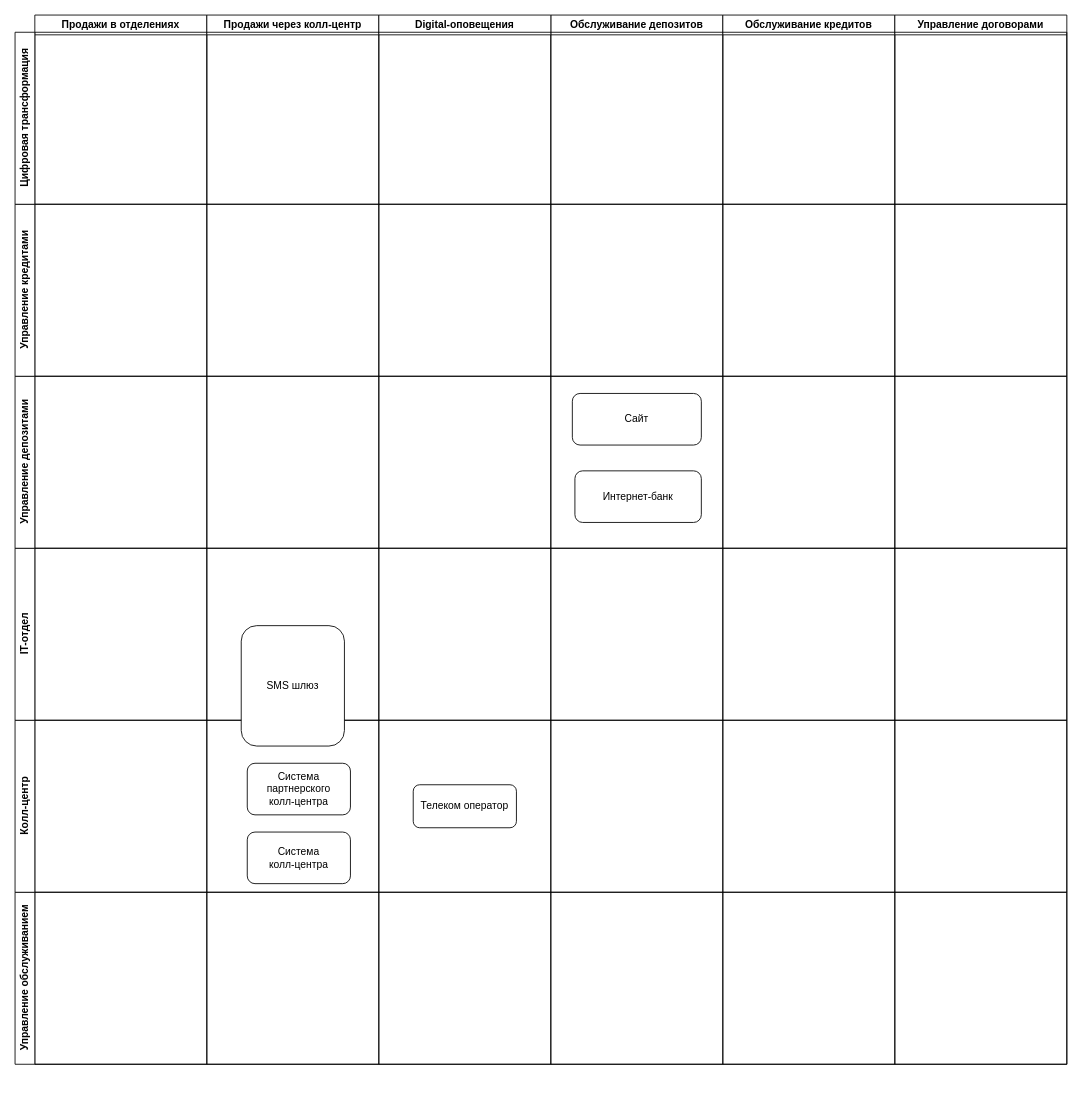
Above: Exc1/it-landscape-map.drawio in ykmn0/architecture-sprint-9 (draw.io), before the change. Source tidied: cells renumbered, new cells numbered last; positions are measured from the earlier drawing's top-left corner, leaving out a move shared by most shapes. Both pictures are drawn from the tidied source at 86%, with x=0, y=0 at pixel (15, 15).
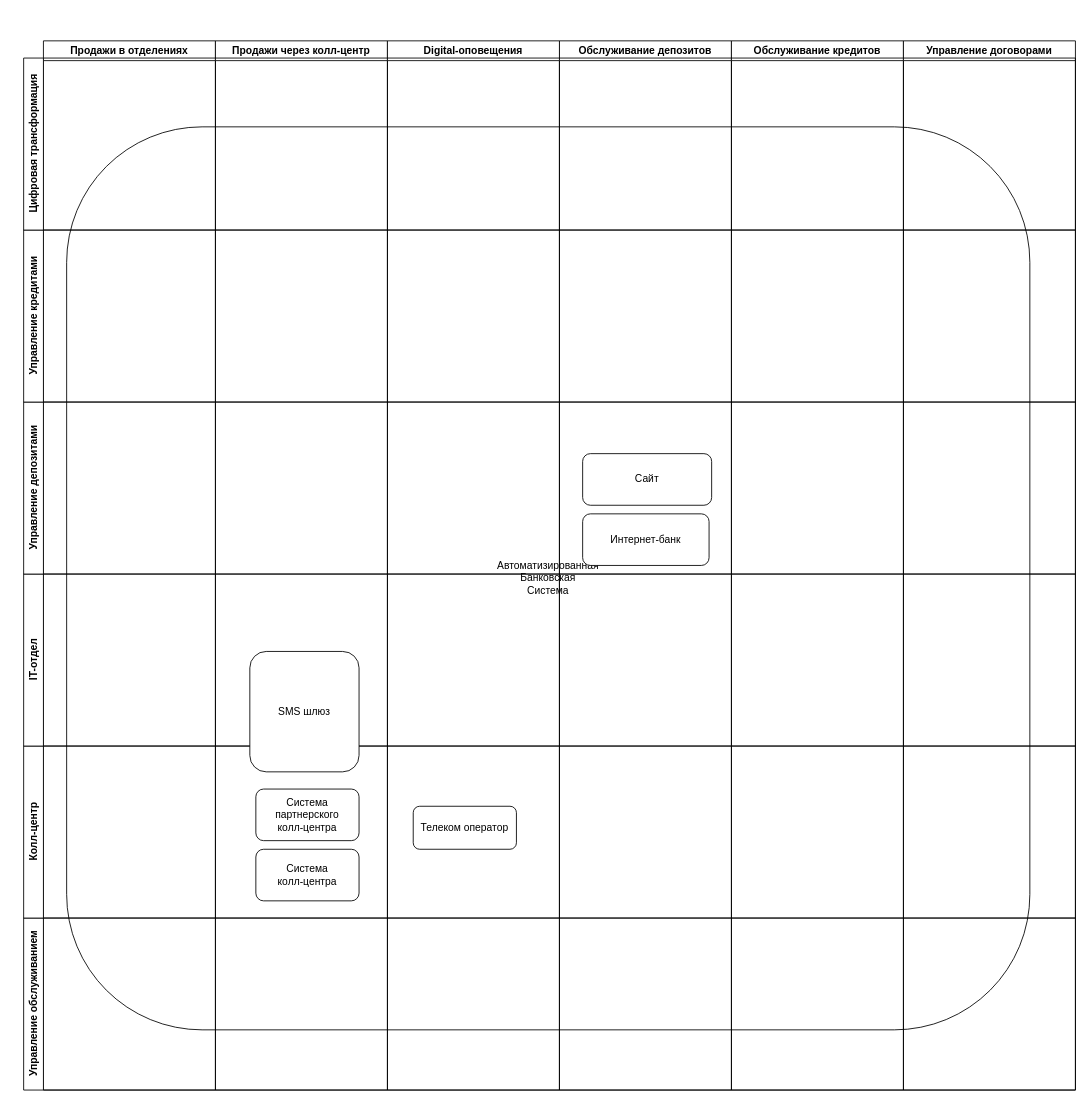
The same page after the edit.

Change to the diagram source:
```diff
@@
+    <mxCell id="20" value="Автоматизированная&lt;div&gt;Банковская&lt;/div&gt;&lt;div&gt;Система&lt;/div&gt;" style="rounded=1;whiteSpace=wrap;html=1;" parent="1" vertex="1">
+      <mxGeometry x="60" y="130" width="1120" height="1050" as="geometry" />
+    </mxCell>
+    <mxCell id="21" style="group;" parent="1" vertex="1">
+      <mxGeometry x="10" y="30" width="1223" height="1220" as="geometry" />
+    </mxCell>
-    <mxCell id="2" value="Обслуживание депозитов" style="swimlane;whiteSpace=wrap;html=1;" parent="1" vertex="1">
+    <mxCell id="2" value="Обслуживание депозитов" style="swimlane;whiteSpace=wrap;html=1;" parent="21" vertex="1">
       <mxGeometry x="623" width="200" height="1220" as="geometry" />
     </mxCell>
+    <mxCell id="22" style="group;" parent="21" vertex="1">
+      <mxGeometry width="1223" height="1220" as="geometry" />
+    </mxCell>
-    <mxCell id="3" value="Продажи в отделениях" style="swimlane;whiteSpace=wrap;html=1;" parent="1" vertex="1">
+    <mxCell id="3" value="Продажи в отделениях" style="swimlane;whiteSpace=wrap;html=1;" parent="22" vertex="1">
       <mxGeometry x="23" width="200" height="1220" as="geometry" />
     </mxCell>
-    <mxCell id="4" value="Продажи через колл-центр" style="swimlane;whiteSpace=wrap;html=1;" parent="1" vertex="1">
+    <mxCell id="4" value="Продажи через колл-центр" style="swimlane;whiteSpace=wrap;html=1;" parent="22" vertex="1">
       <mxGeometry x="223" width="200" height="1220" as="geometry" />
     </mxCell>
-    <mxCell id="5" value="Digital-оповещения" style="swimlane;whiteSpace=wrap;html=1;" parent="1" vertex="1">
+    <mxCell id="5" value="Digital-оповещения" style="swimlane;whiteSpace=wrap;html=1;" parent="22" vertex="1">
       <mxGeometry x="423" width="200" height="1220" as="geometry" />
     </mxCell>
-    <mxCell id="6" value="Обслуживание кредитов" style="swimlane;whiteSpace=wrap;html=1;" parent="1" vertex="1">
+    <mxCell id="6" value="Обслуживание кредитов" style="swimlane;whiteSpace=wrap;html=1;" parent="22" vertex="1">
       <mxGeometry x="823" width="200" height="1220" as="geometry" />
     </mxCell>
-    <mxCell id="7" value="Управление договорами" style="swimlane;whiteSpace=wrap;html=1;" parent="1" vertex="1">
+    <mxCell id="7" value="Управление договорами" style="swimlane;whiteSpace=wrap;html=1;" parent="22" vertex="1">
       <mxGeometry x="1023" width="200" height="1220" as="geometry" />
     </mxCell>
+    <mxCell id="23" style="group;" parent="22" vertex="1">
+      <mxGeometry y="20" width="1223" height="1200" as="geometry" />
+    </mxCell>
-    <mxCell id="8" value="Управление обслуживанием" style="swimlane;horizontal=0;whiteSpace=wrap;html=1;" parent="1" vertex="1">
-      <mxGeometry y="1020" width="1223" height="200" as="geometry" />
+    <mxCell id="8" value="Управление обслуживанием" style="swimlane;horizontal=0;whiteSpace=wrap;html=1;" parent="23" vertex="1">
+      <mxGeometry y="1000" width="1223" height="200" as="geometry" />
     </mxCell>
-    <mxCell id="9" value="Колл-центр" style="swimlane;horizontal=0;whiteSpace=wrap;html=1;" parent="1" vertex="1">
-      <mxGeometry y="820" width="1223" height="200" as="geometry" />
+    <mxCell id="9" value="Колл-центр" style="swimlane;horizontal=0;whiteSpace=wrap;html=1;" parent="23" vertex="1">
+      <mxGeometry y="800" width="1223" height="200" as="geometry" />
     </mxCell>
-    <mxCell id="10" value="Система&lt;div&gt;колл-центра&lt;/div&gt;" style="rounded=1;whiteSpace=wrap;html=1;" parent="9" vertex="1">
-      <mxGeometry x="270" y="130" width="120" height="60" as="geometry" />
-    </mxCell>
-    <mxCell id="11" value="Телеком оператор" style="rounded=1;whiteSpace=wrap;html=1;" parent="9" vertex="1">
-      <mxGeometry x="463" y="75" width="120" height="50" as="geometry" />
-    </mxCell>
-    <mxCell id="12" value="IT-отдел" style="swimlane;horizontal=0;whiteSpace=wrap;html=1;" parent="1" vertex="1">
-      <mxGeometry y="620" width="1223" height="200" as="geometry" />
+    <mxCell id="12" value="IT-отдел" style="swimlane;horizontal=0;whiteSpace=wrap;html=1;" parent="23" vertex="1">
+      <mxGeometry y="600" width="1223" height="200" as="geometry" />
     </mxCell>
-    <mxCell id="13" value="Управление депозитами" style="swimlane;horizontal=0;whiteSpace=wrap;html=1;" parent="1" vertex="1">
-      <mxGeometry y="420" width="1223" height="200" as="geometry" />
+    <mxCell id="13" value="Управление депозитами" style="swimlane;horizontal=0;whiteSpace=wrap;html=1;" parent="23" vertex="1">
+      <mxGeometry y="400" width="1223" height="200" as="geometry" />
     </mxCell>
-    <mxCell id="14" value="Сайт" style="rounded=1;whiteSpace=wrap;html=1;" parent="13" vertex="1">
-      <mxGeometry x="648" y="20" width="150" height="60" as="geometry" />
-    </mxCell>
-    <mxCell id="15" value="Интернет-&lt;span style=&quot;background-color: initial;&quot;&gt;банк&lt;/span&gt;" style="rounded=1;whiteSpace=wrap;html=1;" parent="13" vertex="1">
-      <mxGeometry x="651" y="110" width="147" height="60" as="geometry" />
-    </mxCell>
-    <mxCell id="16" value="Управление кредитами" style="swimlane;horizontal=0;whiteSpace=wrap;html=1;" parent="1" vertex="1">
-      <mxGeometry y="220" width="1223" height="200" as="geometry" />
+    <mxCell id="16" value="Управление кредитами" style="swimlane;horizontal=0;whiteSpace=wrap;html=1;" parent="23" vertex="1">
+      <mxGeometry y="200" width="1223" height="200" as="geometry" />
     </mxCell>
-    <mxCell id="17" value="Цифровая трансформация" style="swimlane;horizontal=0;whiteSpace=wrap;html=1;" parent="1" vertex="1">
-      <mxGeometry y="20" width="1223" height="200" as="geometry" />
+    <mxCell id="17" value="Цифровая трансформация" style="swimlane;horizontal=0;whiteSpace=wrap;html=1;" parent="23" vertex="1">
+      <mxGeometry width="1223" height="200" as="geometry" />
     </mxCell>
+    <mxCell id="15" value="Интернет-&lt;span style=&quot;background-color: initial;&quot;&gt;банк&lt;/span&gt;" style="rounded=1;whiteSpace=wrap;html=1;" parent="23" vertex="1">
+      <mxGeometry x="650" y="530" width="147" height="60" as="geometry" />
+    </mxCell>
+    <mxCell id="11" value="Телеком оператор" style="rounded=1;whiteSpace=wrap;html=1;" parent="23" vertex="1">
+      <mxGeometry x="453" y="870" width="120" height="50" as="geometry" />
+    </mxCell>
-    <mxCell id="18" value="SMS шлюз" style="rounded=1;whiteSpace=wrap;html=1;" parent="1" vertex="1">
-      <mxGeometry x="263" y="710" width="120" height="140" as="geometry" />
+    <mxCell id="18" value="SMS шлюз" style="rounded=1;whiteSpace=wrap;html=1;" parent="23" vertex="1">
+      <mxGeometry x="263" y="690" width="127" height="140" as="geometry" />
     </mxCell>
-    <mxCell id="19" value="Система партнерского&lt;div&gt;колл-центра&lt;/div&gt;" style="rounded=1;whiteSpace=wrap;html=1;" parent="1" vertex="1">
-      <mxGeometry x="270" y="870" width="120" height="60" as="geometry" />
+    <mxCell id="19" value="Система партнерского&lt;div&gt;колл-центра&lt;/div&gt;" style="rounded=1;whiteSpace=wrap;html=1;" parent="23" vertex="1">
+      <mxGeometry x="270" y="850" width="120" height="60" as="geometry" />
     </mxCell>
+    <mxCell id="14" value="Сайт" style="rounded=1;whiteSpace=wrap;html=1;" parent="23" vertex="1">
+      <mxGeometry x="650" y="460" width="150" height="60" as="geometry" />
+    </mxCell>
+    <mxCell id="10" value="Система&lt;div&gt;колл-центра&lt;/div&gt;" style="rounded=1;whiteSpace=wrap;html=1;" parent="23" vertex="1">
+      <mxGeometry x="270" y="920" width="120" height="60" as="geometry" />
+    </mxCell>
```
